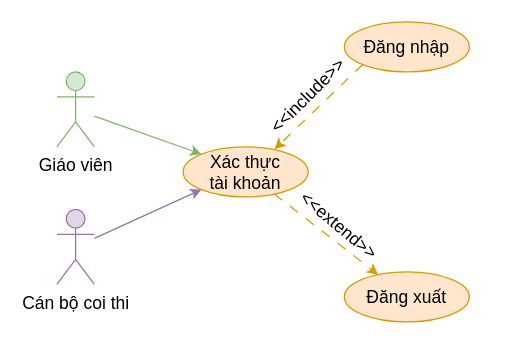
Earlier version of the draw.io diagram document/temp/draw/usecase_phanra/usecase_xacthuctaikhoan.drawio (copecute/Edudex-Quiz). Source tidied: cells renumbered, new cells numbered last; positions are measured from the earlier drawing's top-left corner, leaving out a move shared by most shapes. Both pictures are drawn from the tidied source at 125%, with x=0, y=0 at pixel (56, 21).
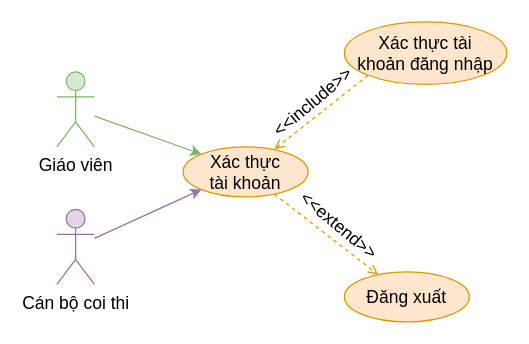
After the change.

What changed in the source:
```diff
@@
 <mxGraphModel>
   <root>
     <mxCell id="0" />
     <mxCell id="1" parent="0" />
-    <mxCell id="2" style="rounded=0;jettySize=auto;html=1;dashed=1;dashPattern=8 8;fillColor=#ffe6cc;strokeColor=#d79b00;fontSize=14;" parent="1" edge="1" source="3" target="6">
+    <mxCell id="2" style="rounded=0;jettySize=auto;html=1;dashed=1;fillColor=#ffe6cc;strokeColor=#d79b00;fontSize=14;endArrow=open;endFill=0;" parent="1" edge="1" source="3" target="6">
       <mxGeometry relative="1" as="geometry" />
     </mxCell>
     <mxCell id="3" value="Xác thực&lt;br&gt;tài khoản" style="ellipse;whiteSpace=wrap;html=1;fillColor=#ffe6cc;strokeColor=#d79b00;fontSize=14;" parent="1" vertex="1">
       <mxGeometry x="101" y="100" width="100" height="40" as="geometry" />
     </mxCell>
-    <mxCell id="4" style="rounded=0;jettySize=auto;html=1;exitX=0;exitY=1;exitDx=0;exitDy=0;entryX=0.731;entryY=0.047;entryDx=0;entryDy=0;fillColor=#ffe6cc;strokeColor=#d79b00;entryPerimeter=0;dashed=1;dashPattern=8 8;fontSize=14;" parent="1" edge="1" source="5" target="3">
+    <mxCell id="4" style="rounded=0;jettySize=auto;html=1;exitX=0;exitY=1;exitDx=0;exitDy=0;entryX=0.731;entryY=0.047;entryDx=0;entryDy=0;fillColor=#ffe6cc;strokeColor=#d79b00;entryPerimeter=0;dashed=1;fontSize=14;endArrow=open;endFill=0;" parent="1" edge="1" source="5" target="3">
       <mxGeometry relative="1" as="geometry" />
     </mxCell>
-    <mxCell id="5" value="Đăng nhập" style="ellipse;whiteSpace=wrap;html=1;fillColor=#ffe6cc;strokeColor=#d79b00;fontSize=14;" parent="1" vertex="1">
-      <mxGeometry x="230" width="100" height="40" as="geometry" />
+    <mxCell id="5" value="Xác thực tài&lt;br&gt;khoản đăng nhập" style="ellipse;whiteSpace=wrap;html=1;fillColor=#ffe6cc;strokeColor=#d79b00;fontSize=14;" parent="1" vertex="1">
+      <mxGeometry x="230" width="130" height="50" as="geometry" />
     </mxCell>
     <mxCell id="6" value="Đăng xuất" style="ellipse;whiteSpace=wrap;html=1;fillColor=#ffe6cc;strokeColor=#d79b00;fontSize=14;" parent="1" vertex="1">
       <mxGeometry x="230" y="200" width="100" height="40" as="geometry" />
     </mxCell>
     <mxCell id="7" value="&lt;font style=&quot;font-size: 14px;&quot;&gt;&amp;lt;&amp;lt;extend&amp;gt;&amp;gt;&lt;/font&gt;" style="text;html=1;strokeColor=none;fillColor=none;align=center;verticalAlign=middle;whiteSpace=wrap;rounded=0;rotation=40;fontSize=14;" parent="1" vertex="1">
       <mxGeometry x="196" y="148" width="60" height="30" as="geometry" />
     </mxCell>
-    <mxCell id="8" value="&lt;font style=&quot;font-size: 14px;&quot;&gt;&amp;lt;&amp;lt;include&amp;gt;&amp;gt;&lt;/font&gt;" style="text;html=1;strokeColor=none;fillColor=none;align=center;verticalAlign=middle;whiteSpace=wrap;rounded=0;rotation=-45;fontSize=14;" parent="1" vertex="1">
-      <mxGeometry x="171" y="44" width="60" height="30" as="geometry" />
+    <mxCell id="8" value="&lt;font style=&quot;font-size: 14px;&quot;&gt;&amp;lt;&amp;lt;include&amp;gt;&amp;gt;&lt;/font&gt;" style="text;html=1;strokeColor=none;fillColor=none;align=center;verticalAlign=middle;whiteSpace=wrap;rounded=0;rotation=-40;fontSize=14;" parent="1" vertex="1">
+      <mxGeometry x="175" y="49" width="60" height="30" as="geometry" />
     </mxCell>
     <mxCell id="9" style="rounded=0;jettySize=auto;html=1;entryX=0;entryY=0;entryDx=0;entryDy=0;fillColor=#d5e8d4;strokeColor=#82b366;fontSize=14;" parent="1" edge="1" source="10" target="3">
       <mxGeometry relative="1" as="geometry" />
     </mxCell>
     <mxCell id="10" value="Giáo viên" style="shape=umlActor;verticalLabelPosition=bottom;verticalAlign=top;html=1;outlineConnect=0;fillColor=#d5e8d4;strokeColor=#82b366;fontSize=14;" parent="1" vertex="1">
       <mxGeometry y="40" width="30" height="60" as="geometry" />
     </mxCell>
     <mxCell id="11" style="rounded=0;jettySize=auto;html=1;entryX=0;entryY=1;entryDx=0;entryDy=0;fillColor=#e1d5e7;strokeColor=#9673a6;fontSize=14;" parent="1" edge="1" source="12" target="3">
       <mxGeometry relative="1" as="geometry" />
     </mxCell>
     <mxCell id="12" value="Cán bộ coi thi" style="shape=umlActor;verticalLabelPosition=bottom;verticalAlign=top;html=1;outlineConnect=0;fillColor=#e1d5e7;strokeColor=#9673a6;fontSize=14;" parent="1" vertex="1">
       <mxGeometry y="150" width="30" height="60" as="geometry" />
     </mxCell>
   </root>
 </mxGraphModel>
```
